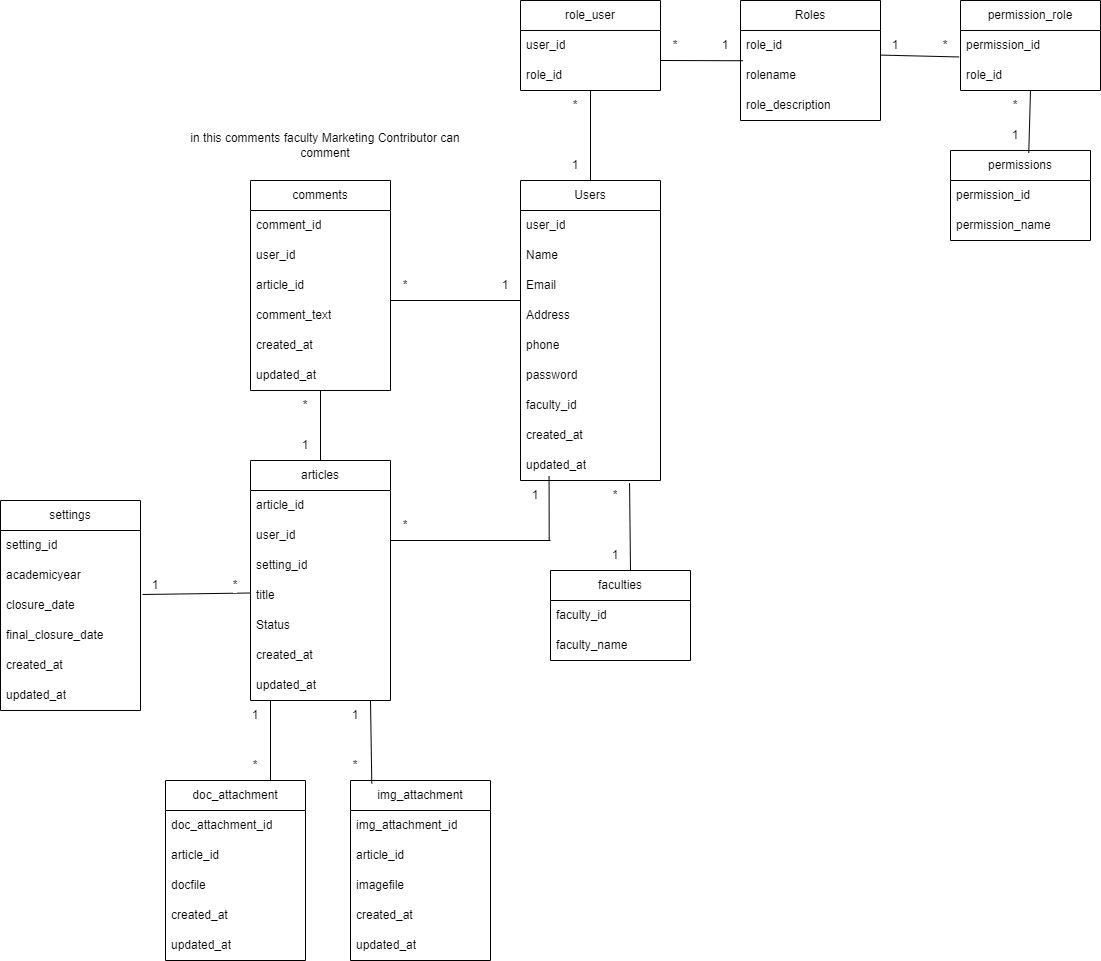
This is db.drawio.png from myinthlaingsan/EWSD, a draw.io export, as it was before one commit. Source tidied: cells renumbered, new cells last; positions are measured from the earlier drawing's top-left corner, leaving out a move shared by most shapes.
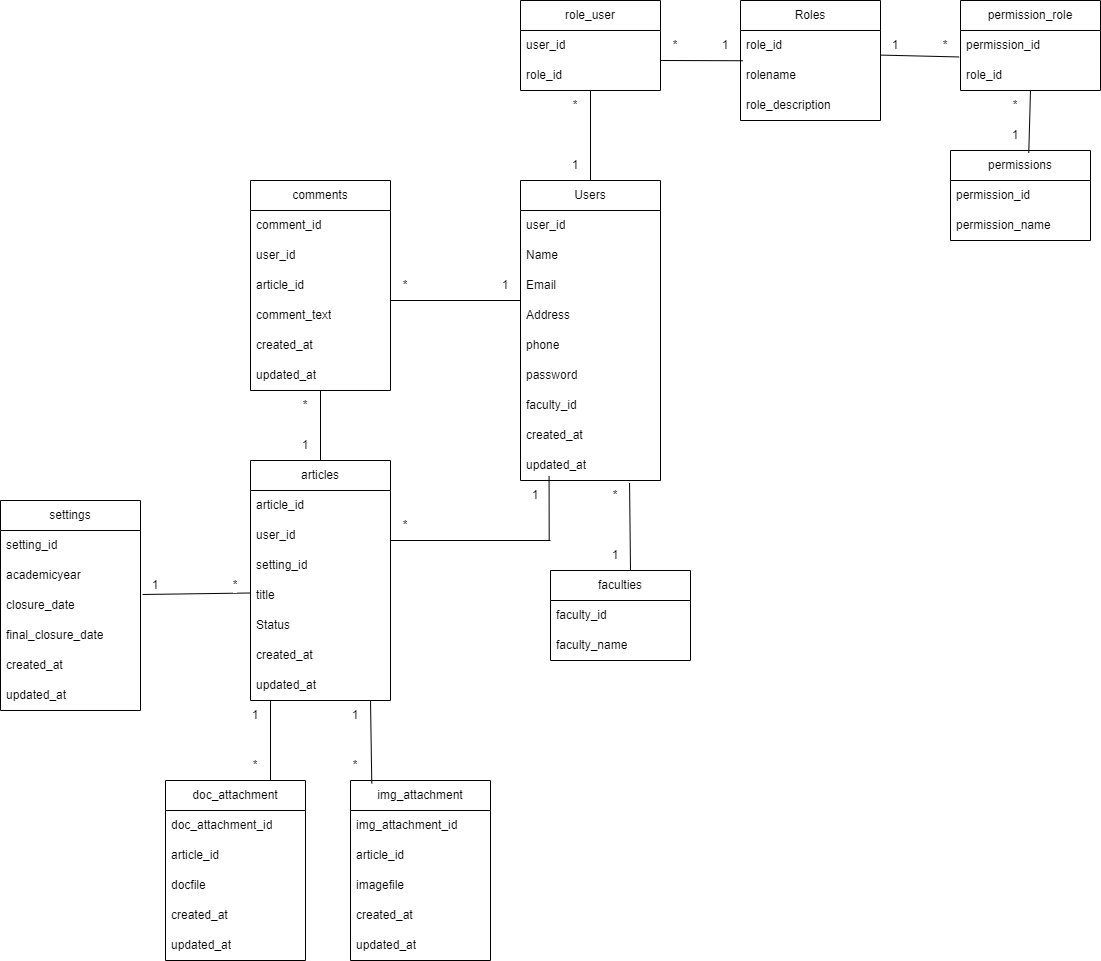
Later version of the same file.

The edit, as a diff of the source:
```diff
@@ -222,9 +222,6 @@
     <mxCell id="70" value="*" style="text;html=1;align=center;verticalAlign=middle;whiteSpace=wrap;rounded=0;labelBackgroundColor=default;" parent="1" vertex="1">
       <mxGeometry x="290" y="390" width="30" height="30" as="geometry" />
     </mxCell>
-    <mxCell id="71" value="in this comments faculty Marketing Contributor can comment" style="text;html=1;align=center;verticalAlign=middle;whiteSpace=wrap;rounded=0;labelBackgroundColor=default;" parent="1" vertex="1">
-      <mxGeometry x="170" y="130" width="310" height="30" as="geometry" />
-    </mxCell>
     <mxCell id="72" value="1" style="text;html=1;align=center;verticalAlign=middle;whiteSpace=wrap;rounded=0;labelBackgroundColor=default;" parent="1" vertex="1">
       <mxGeometry x="240" y="700" width="30" height="30" as="geometry" />
     </mxCell>
```
